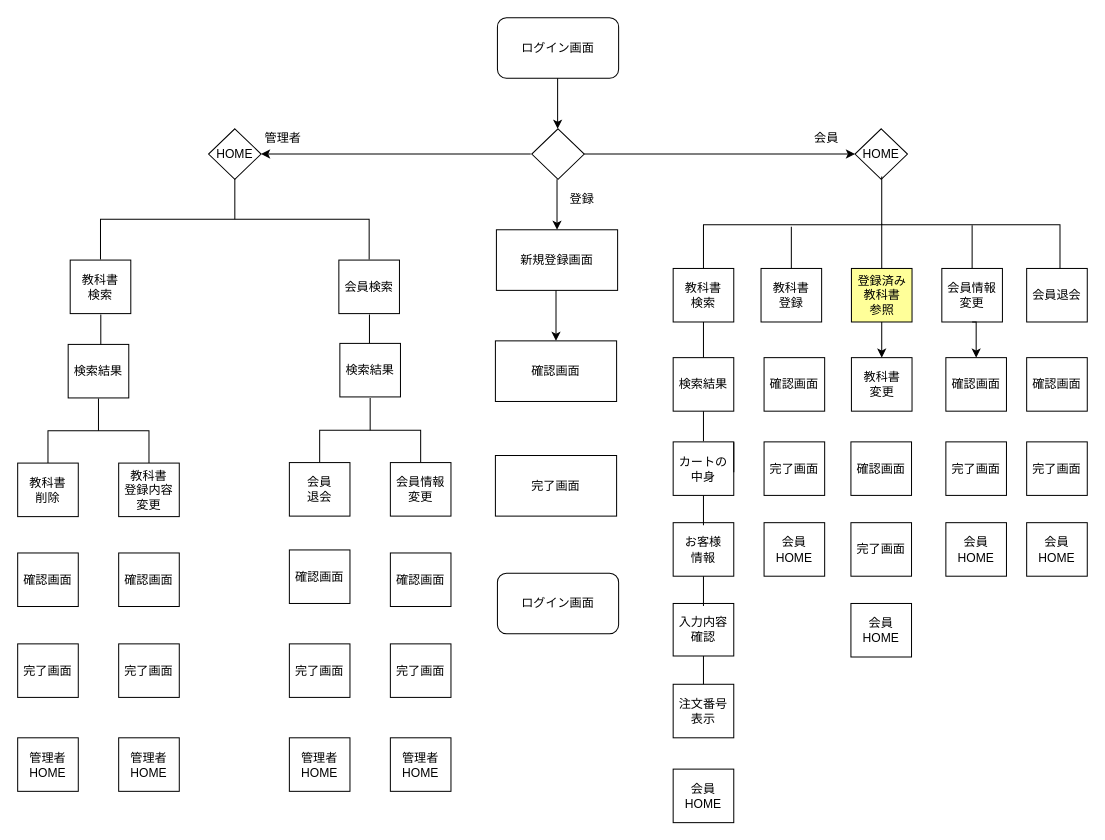
Above: 画面遷移図.drawio in 2022java42-student022/document (draw.io), before the change. Source tidied: cells renumbered, new cells numbered last; positions are measured from the earlier drawing's top-left corner, leaving out a move shared by most shapes. Both pictures are drawn from the tidied source at 101%, with x=0, y=0 at pixel (17, 17).
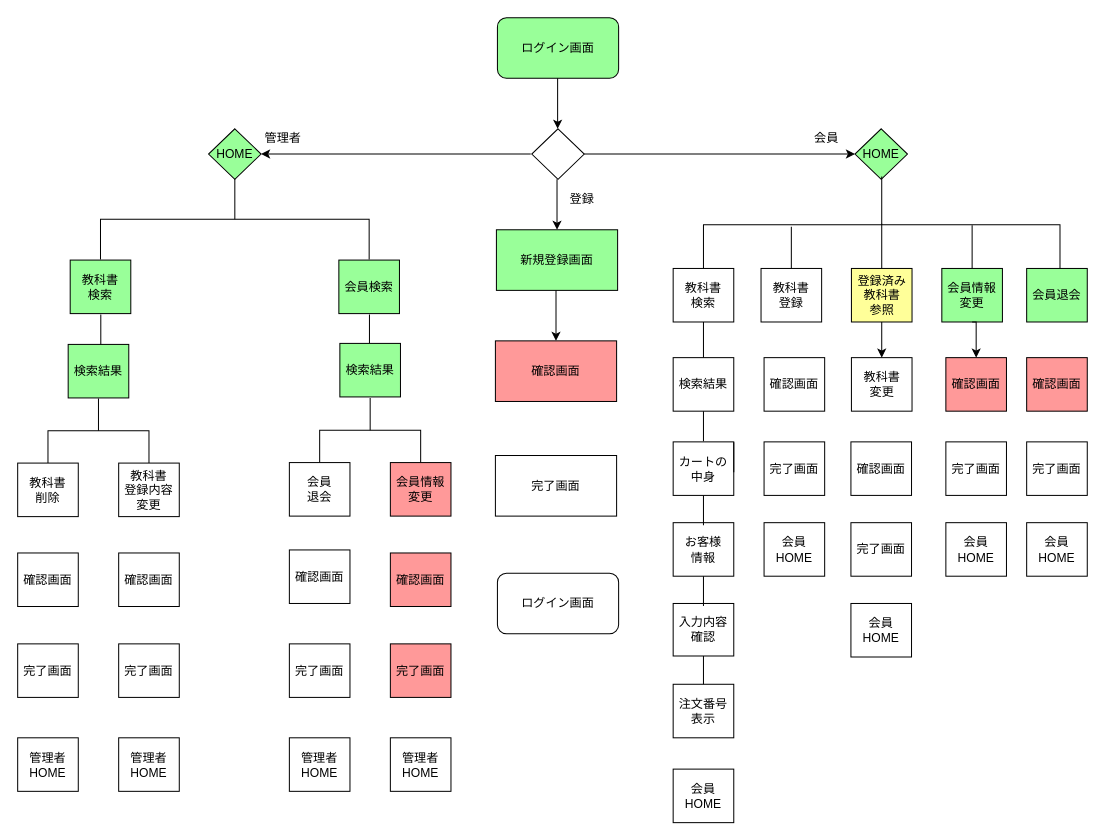
The same page after the edit.

Commit message:
画面遷移図進捗 緑→完了　赤→要確認　黄→未作成

Unchanged cells that the change refers to:
```xml
<mxCell id="13" style="group;" parent="1" vertex="1">
  <mxGeometry x="679" y="160" width="300" height="229.6" as="geometry" />
</mxCell>
<mxCell id="15" style="group;" parent="13" vertex="1">
  <mxGeometry x="-30" y="32" width="326" height="109.3" as="geometry" />
</mxCell>
<mxCell id="49" style="group;" parent="47" vertex="1">
  <mxGeometry y="64" width="160" height="53" as="geometry" />
</mxCell>
```

Diff of the diagram source:
```diff
@@
-    <mxCell id="2" value="ログイン画面" style="rounded=1;whiteSpace=wrap;html=1;" parent="1" vertex="1">
+    <mxCell id="2" value="ログイン画面" style="rounded=1;whiteSpace=wrap;html=1;fillColor=#99FF99;" parent="1" vertex="1">
       <mxGeometry x="475" width="120" height="60" as="geometry" />
     </mxCell>
@@
-    <mxCell id="6" value="新規登録画面" style="rounded=0;whiteSpace=wrap;html=1;" parent="1" vertex="1">
+    <mxCell id="6" value="新規登録画面" style="rounded=0;whiteSpace=wrap;html=1;fillColor=#99FF99;" parent="1" vertex="1">
       <mxGeometry x="474" y="210" width="120" height="60" as="geometry" />
     </mxCell>
@@
-    <mxCell id="8" value="確認画面" style="rounded=0;whiteSpace=wrap;html=1;" parent="1" vertex="1">
+    <mxCell id="8" value="確認画面" style="rounded=0;whiteSpace=wrap;html=1;fillColor=#FF9999;" parent="1" vertex="1">
       <mxGeometry x="473" y="320" width="120" height="60" as="geometry" />
     </mxCell>
@@
-    <mxCell id="10" value="HOME" style="rhombus;whiteSpace=wrap;html=1;" parent="1" vertex="1">
+    <mxCell id="10" value="HOME" style="rhombus;whiteSpace=wrap;html=1;fillColor=#99FF99;" parent="1" vertex="1">
       <mxGeometry x="829" y="110" width="52" height="50" as="geometry" />
     </mxCell>
-    <mxCell id="11" value="HOME" style="rhombus;whiteSpace=wrap;html=1;" parent="1" vertex="1">
+    <mxCell id="11" value="HOME" style="rhombus;whiteSpace=wrap;html=1;fillColor=#99FF99;" parent="1" vertex="1">
       <mxGeometry x="189" y="110" width="52" height="50" as="geometry" />
     </mxCell>
@@
-    <mxCell id="21" value="会員情報&lt;br&gt;変更" style="rounded=0;whiteSpace=wrap;html=1;sketch=0;strokeWidth=1;" parent="15" vertex="1">
+    <mxCell id="21" value="会員情報&lt;br&gt;変更" style="rounded=0;whiteSpace=wrap;html=1;sketch=0;strokeWidth=1;fillColor=#99FF99;" parent="15" vertex="1">
       <mxGeometry x="266" y="56.3" width="60" height="53" as="geometry" />
     </mxCell>
@@
-    <mxCell id="28" value="確認画面" style="rounded=0;whiteSpace=wrap;html=1;sketch=0;strokeWidth=1;" parent="13" vertex="1">
+    <mxCell id="28" value="確認画面" style="rounded=0;whiteSpace=wrap;html=1;sketch=0;strokeWidth=1;fillColor=#FF9999;" parent="13" vertex="1">
       <mxGeometry x="240" y="176.6" width="60" height="53" as="geometry" />
     </mxCell>
@@
-    <mxCell id="30" value="会員退会" style="rounded=0;whiteSpace=wrap;html=1;sketch=0;strokeWidth=1;" parent="1" vertex="1">
+    <mxCell id="30" value="会員退会" style="rounded=0;whiteSpace=wrap;html=1;sketch=0;strokeWidth=1;fillColor=#99FF99;" parent="1" vertex="1">
       <mxGeometry x="999" y="248.3" width="60" height="53" as="geometry" />
     </mxCell>
@@
-    <mxCell id="41" value="会員検索" style="rounded=0;whiteSpace=wrap;html=1;sketch=0;strokeWidth=1;" parent="1" vertex="1">
+    <mxCell id="41" value="会員検索" style="rounded=0;whiteSpace=wrap;html=1;sketch=0;strokeWidth=1;fillColor=#99FF99;" parent="1" vertex="1">
       <mxGeometry x="318" y="240" width="60" height="53" as="geometry" />
     </mxCell>
-    <mxCell id="42" value="教科書&lt;br&gt;検索" style="rounded=0;whiteSpace=wrap;html=1;sketch=0;strokeWidth=1;" parent="1" vertex="1">
+    <mxCell id="42" value="教科書&lt;br&gt;検索" style="rounded=0;whiteSpace=wrap;html=1;sketch=0;strokeWidth=1;fillColor=#99FF99;" parent="1" vertex="1">
       <mxGeometry x="52" y="240" width="60" height="53" as="geometry" />
     </mxCell>
@@
-    <mxCell id="44" value="検索結果" style="rounded=0;whiteSpace=wrap;html=1;sketch=0;strokeWidth=1;" parent="1" vertex="1">
+    <mxCell id="44" value="検索結果" style="rounded=0;whiteSpace=wrap;html=1;sketch=0;strokeWidth=1;fillColor=#99FF99;" parent="1" vertex="1">
       <mxGeometry x="319" y="322.5" width="60" height="53" as="geometry" />
     </mxCell>
-    <mxCell id="45" value="検索結果" style="rounded=0;whiteSpace=wrap;html=1;sketch=0;strokeWidth=1;" parent="1" vertex="1">
+    <mxCell id="45" value="検索結果" style="rounded=0;whiteSpace=wrap;html=1;sketch=0;strokeWidth=1;fillColor=#99FF99;" parent="1" vertex="1">
       <mxGeometry x="50" y="323.5" width="60" height="53" as="geometry" />
     </mxCell>
@@
-    <mxCell id="51" value="会員情報&lt;br&gt;変更" style="rounded=0;whiteSpace=wrap;html=1;sketch=0;strokeWidth=1;" parent="49" vertex="1">
+    <mxCell id="51" value="会員情報&lt;br&gt;変更" style="rounded=0;whiteSpace=wrap;html=1;sketch=0;strokeWidth=1;fillColor=#FF9999;" parent="49" vertex="1">
       <mxGeometry x="100" width="60" height="53" as="geometry" />
     </mxCell>
@@
-    <mxCell id="64" value="確認画面" style="rounded=0;whiteSpace=wrap;html=1;sketch=0;strokeWidth=1;fillColor=#FFFFFF;" parent="1" vertex="1">
+    <mxCell id="64" value="確認画面" style="rounded=0;whiteSpace=wrap;html=1;sketch=0;strokeWidth=1;fillColor=#FF9999;" parent="1" vertex="1">
       <mxGeometry x="999" y="336.6" width="60" height="53" as="geometry" />
     </mxCell>
@@
-    <mxCell id="66" value="確認画面" style="rounded=0;whiteSpace=wrap;html=1;sketch=0;strokeWidth=1;" parent="1" vertex="1">
+    <mxCell id="66" value="確認画面" style="rounded=0;whiteSpace=wrap;html=1;sketch=0;strokeWidth=1;fillColor=#FF9999;" parent="1" vertex="1">
       <mxGeometry x="369" y="530" width="60" height="53" as="geometry" />
     </mxCell>
@@
-    <mxCell id="72" value="完了画面" style="rounded=0;whiteSpace=wrap;html=1;sketch=0;strokeWidth=1;" parent="1" vertex="1">
+    <mxCell id="72" value="完了画面" style="rounded=0;whiteSpace=wrap;html=1;sketch=0;strokeWidth=1;fillColor=#FF9999;" parent="1" vertex="1">
       <mxGeometry x="369" y="620" width="60" height="53" as="geometry" />
     </mxCell>
@@
-    <mxCell id="80" value="管理者&lt;br&gt;HOME" style="rounded=0;whiteSpace=wrap;html=1;sketch=0;strokeWidth=1;" parent="1" vertex="1">
+    <mxCell id="80" value="管理者&lt;br&gt;HOME" style="rounded=0;whiteSpace=wrap;html=1;sketch=0;strokeWidth=1;fillColor=#FFFFFF;" parent="1" vertex="1">
       <mxGeometry x="369" y="713" width="60" height="53" as="geometry" />
     </mxCell>
```
